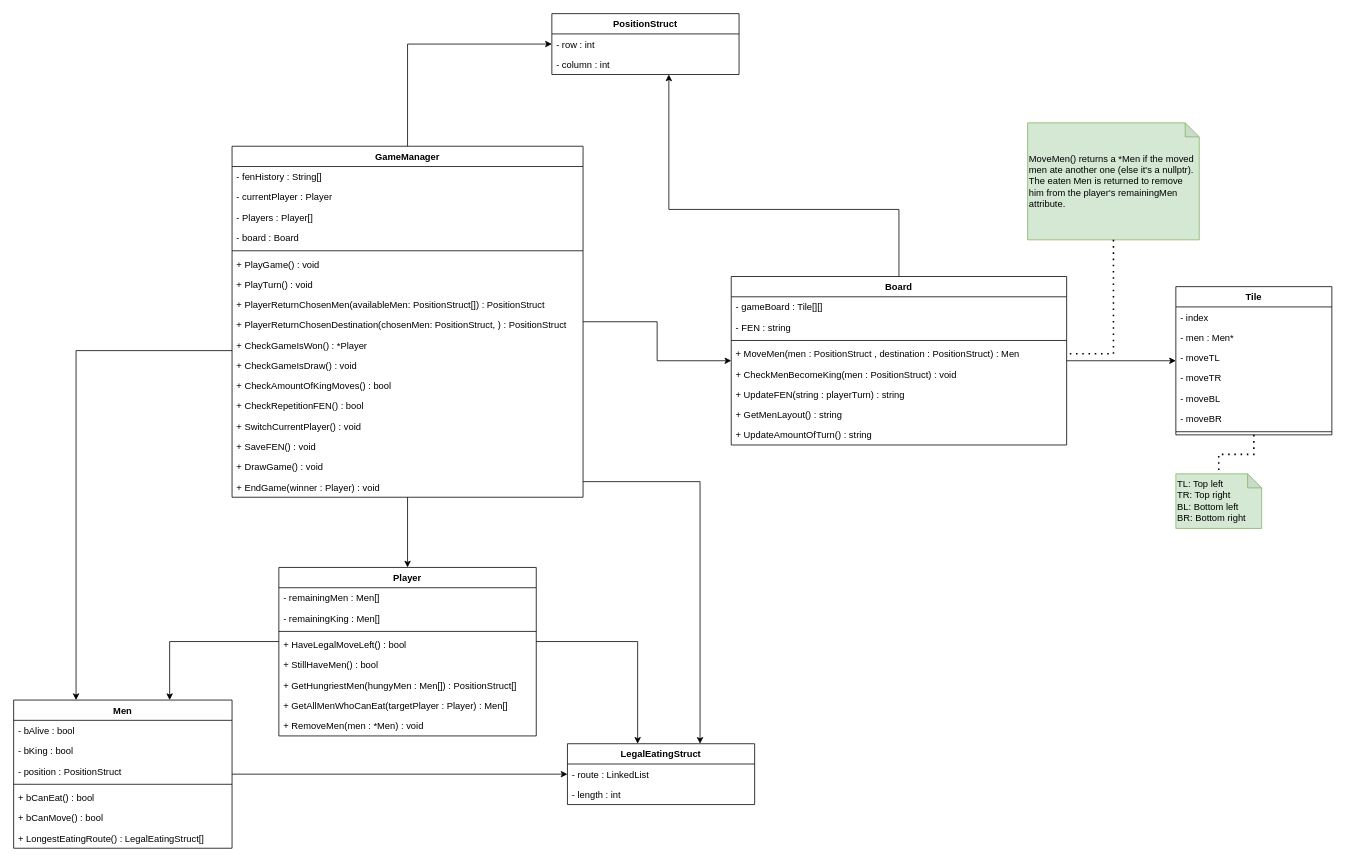
This is page "Class Diagrams" (1 of 6) of Draughts.drawio from TheKrillenum/Draught, a draw.io file, before an edit. Source tidied: cells renumbered, new cells numbered last; positions are measured from the earlier drawing's top-left corner, leaving out a move shared by most shapes. Both pictures are drawn from the tidied source at 78%, with x=0, y=0 at pixel (13, 13).
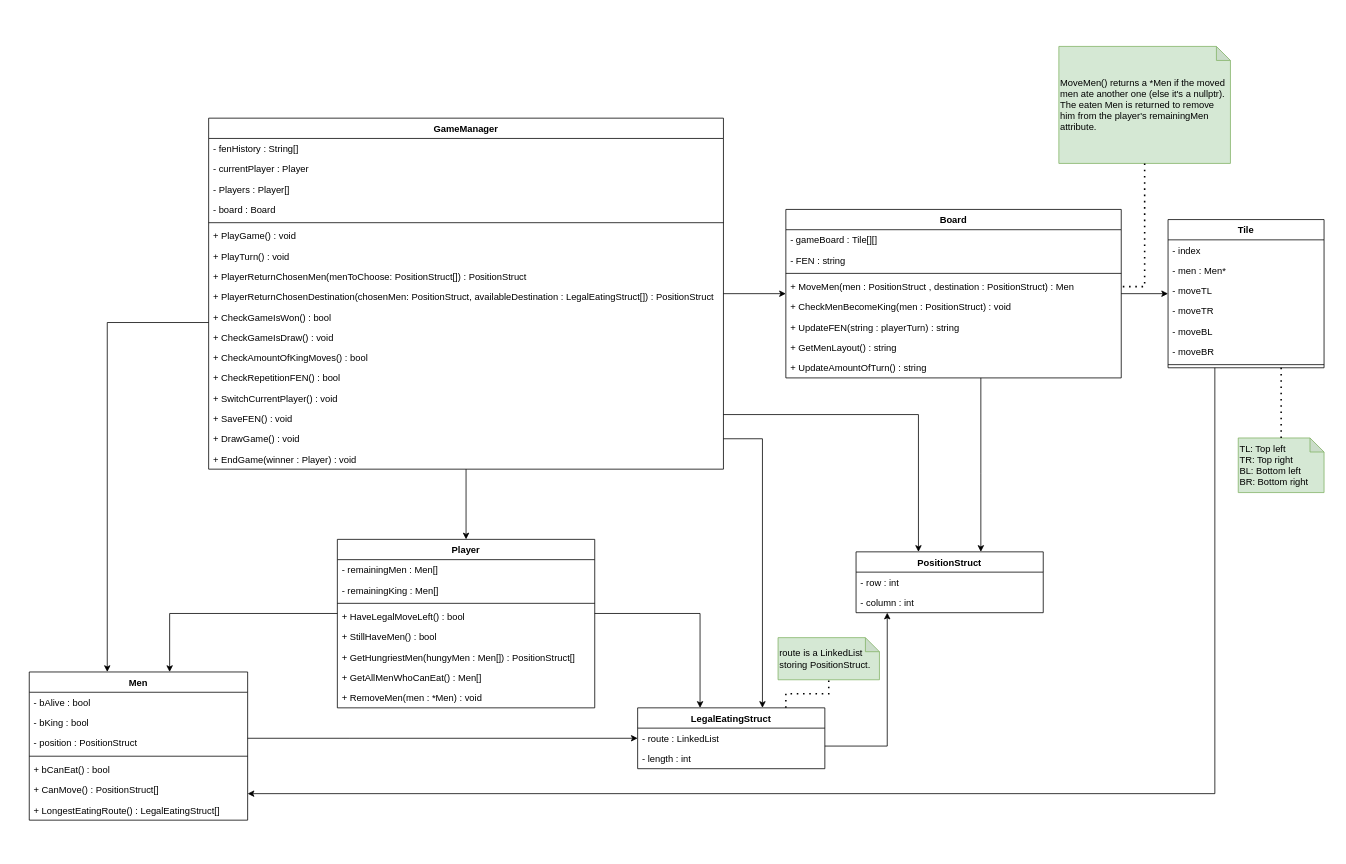
Above is the later version.

What changed in the source:
```diff
@@
     <mxCell id="2" value="Board" style="swimlane;fontStyle=1;align=center;verticalAlign=top;horizontal=1;startSize=26;" parent="1" vertex="1">
-      <mxGeometry x="920" y="337" width="430" height="216" as="geometry" />
+      <mxGeometry x="990" y="251" width="430" height="216" as="geometry" />
     </mxCell>
@@
     <mxCell id="11" value="GameManager" style="swimlane;fontStyle=1;align=center;verticalAlign=top;horizontal=1;startSize=26;" parent="1" vertex="1">
-      <mxGeometry x="280" y="170" width="450" height="450" as="geometry" />
+      <mxGeometry x="250" y="134" width="660" height="450" as="geometry" />
     </mxCell>
     <mxCell id="12" value="- fenHistory : String[]" style="text;strokeColor=none;fillColor=none;align=left;verticalAlign=top;spacingLeft=4;spacingRight=4;overflow=hidden;" parent="11" vertex="1">
-      <mxGeometry y="26" width="450" height="26" as="geometry" />
+      <mxGeometry y="26" width="660" height="26" as="geometry" />
     </mxCell>
     <mxCell id="13" value="- currentPlayer : Player" style="text;strokeColor=none;fillColor=none;align=left;verticalAlign=top;spacingLeft=4;spacingRight=4;overflow=hidden;" parent="11" vertex="1">
-      <mxGeometry y="52" width="450" height="26" as="geometry" />
+      <mxGeometry y="52" width="660" height="26" as="geometry" />
     </mxCell>
     <mxCell id="14" value="- Players : Player[]" style="text;strokeColor=none;fillColor=none;align=left;verticalAlign=top;spacingLeft=4;spacingRight=4;overflow=hidden;" parent="11" vertex="1">
-      <mxGeometry y="78" width="450" height="26" as="geometry" />
+      <mxGeometry y="78" width="660" height="26" as="geometry" />
     </mxCell>
     <mxCell id="15" value="- board : Board" style="text;strokeColor=none;fillColor=none;align=left;verticalAlign=top;spacingLeft=4;spacingRight=4;overflow=hidden;" parent="11" vertex="1">
-      <mxGeometry y="104" width="450" height="26" as="geometry" />
+      <mxGeometry y="104" width="660" height="26" as="geometry" />
     </mxCell>
     <mxCell id="16" style="line;strokeWidth=1;fillColor=none;align=left;verticalAlign=middle;spacingTop=-1;spacingLeft=3;spacingRight=3;labelPosition=right;strokeColor=inherit;" parent="11" vertex="1">
-      <mxGeometry y="130" width="450" height="8" as="geometry" />
+      <mxGeometry y="130" width="660" height="8" as="geometry" />
     </mxCell>
     <mxCell id="17" value="+ PlayGame() : void" style="text;strokeColor=none;fillColor=none;align=left;verticalAlign=top;spacingLeft=4;spacingRight=4;overflow=hidden;" parent="11" vertex="1">
-      <mxGeometry y="138" width="450" height="26" as="geometry" />
+      <mxGeometry y="138" width="660" height="26" as="geometry" />
     </mxCell>
     <mxCell id="18" value="+ PlayTurn() : void" style="text;strokeColor=none;fillColor=none;align=left;verticalAlign=top;spacingLeft=4;spacingRight=4;overflow=hidden;" parent="11" vertex="1">
-      <mxGeometry y="164" width="450" height="26" as="geometry" />
+      <mxGeometry y="164" width="660" height="26" as="geometry" />
     </mxCell>
-    <mxCell id="19" value="+ PlayerReturnChosenMen(availableMen: PositionStruct[]) : PositionStruct" style="text;strokeColor=none;fillColor=none;align=left;verticalAlign=top;spacingLeft=4;spacingRight=4;overflow=hidden;" parent="11" vertex="1">
-      <mxGeometry y="190" width="450" height="26" as="geometry" />
+    <mxCell id="19" value="+ PlayerReturnChosenMen(menToChoose: PositionStruct[]) : PositionStruct" style="text;strokeColor=none;fillColor=none;align=left;verticalAlign=top;spacingLeft=4;spacingRight=4;overflow=hidden;" parent="11" vertex="1">
+      <mxGeometry y="190" width="660" height="26" as="geometry" />
     </mxCell>
-    <mxCell id="20" value="+ PlayerReturnChosenDestination(chosenMen: PositionStruct, ) : PositionStruct" style="text;strokeColor=none;fillColor=none;align=left;verticalAlign=top;spacingLeft=4;spacingRight=4;overflow=hidden;" parent="11" vertex="1">
-      <mxGeometry y="216" width="450" height="26" as="geometry" />
+    <mxCell id="20" value="+ PlayerReturnChosenDestination(chosenMen: PositionStruct, availableDestination : LegalEatingStruct[]) : PositionStruct" style="text;strokeColor=none;fillColor=none;align=left;verticalAlign=top;spacingLeft=4;spacingRight=4;overflow=hidden;fontSize=12;" parent="11" vertex="1">
+      <mxGeometry y="216" width="660" height="26" as="geometry" />
     </mxCell>
-    <mxCell id="21" value="+ CheckGameIsWon() : *Player" style="text;strokeColor=none;fillColor=none;align=left;verticalAlign=top;spacingLeft=4;spacingRight=4;overflow=hidden;" parent="11" vertex="1">
-      <mxGeometry y="242" width="450" height="26" as="geometry" />
+    <mxCell id="21" value="+ CheckGameIsWon() : bool" style="text;strokeColor=none;fillColor=none;align=left;verticalAlign=top;spacingLeft=4;spacingRight=4;overflow=hidden;" parent="11" vertex="1">
+      <mxGeometry y="242" width="660" height="26" as="geometry" />
     </mxCell>
     <mxCell id="22" value="+ CheckGameIsDraw() : void" style="text;strokeColor=none;fillColor=none;align=left;verticalAlign=top;spacingLeft=4;spacingRight=4;overflow=hidden;" parent="11" vertex="1">
-      <mxGeometry y="268" width="450" height="26" as="geometry" />
+      <mxGeometry y="268" width="660" height="26" as="geometry" />
     </mxCell>
     <mxCell id="23" value="+ CheckAmountOfKingMoves() : bool" style="text;strokeColor=none;fillColor=none;align=left;verticalAlign=top;spacingLeft=4;spacingRight=4;overflow=hidden;" parent="11" vertex="1">
-      <mxGeometry y="294" width="450" height="26" as="geometry" />
+      <mxGeometry y="294" width="660" height="26" as="geometry" />
     </mxCell>
     <mxCell id="24" value="+ CheckRepetitionFEN() : bool" style="text;strokeColor=none;fillColor=none;align=left;verticalAlign=top;spacingLeft=4;spacingRight=4;overflow=hidden;" parent="11" vertex="1">
-      <mxGeometry y="320" width="450" height="26" as="geometry" />
+      <mxGeometry y="320" width="660" height="26" as="geometry" />
     </mxCell>
     <mxCell id="25" value="+ SwitchCurrentPlayer() : void" style="text;strokeColor=none;fillColor=none;align=left;verticalAlign=top;spacingLeft=4;spacingRight=4;overflow=hidden;" parent="11" vertex="1">
-      <mxGeometry y="346" width="450" height="26" as="geometry" />
+      <mxGeometry y="346" width="660" height="26" as="geometry" />
     </mxCell>
     <mxCell id="26" value="+ SaveFEN() : void" style="text;strokeColor=none;fillColor=none;align=left;verticalAlign=top;spacingLeft=4;spacingRight=4;overflow=hidden;" parent="11" vertex="1">
-      <mxGeometry y="372" width="450" height="26" as="geometry" />
+      <mxGeometry y="372" width="660" height="26" as="geometry" />
     </mxCell>
     <mxCell id="27" value="+ DrawGame() : void" style="text;strokeColor=none;fillColor=none;align=left;verticalAlign=top;spacingLeft=4;spacingRight=4;overflow=hidden;points=[[0,0.5],[1,0.5]];portConstraint=eastwest;" parent="11" vertex="1">
-      <mxGeometry y="398" width="450" height="26" as="geometry" />
+      <mxGeometry y="398" width="660" height="26" as="geometry" />
     </mxCell>
     <mxCell id="28" value="+ EndGame(winner : Player) : void" style="text;strokeColor=none;fillColor=none;align=left;verticalAlign=top;spacingLeft=4;spacingRight=4;overflow=hidden;" parent="11" vertex="1">
-      <mxGeometry y="424" width="450" height="26" as="geometry" />
+      <mxGeometry y="424" width="660" height="26" as="geometry" />
     </mxCell>
     <mxCell id="29" value="Men" style="swimlane;fontStyle=1;align=center;verticalAlign=top;horizontal=1;startSize=26;" parent="1" vertex="1">
-      <mxGeometry y="880" width="280" height="190" as="geometry" />
+      <mxGeometry x="20" y="844" width="280" height="190" as="geometry" />
     </mxCell>
@@
-    <mxCell id="35" value="+ bCanMove() : bool" style="text;strokeColor=none;fillColor=none;align=left;verticalAlign=top;spacingLeft=4;spacingRight=4;overflow=hidden;" parent="29" vertex="1">
+    <mxCell id="35" value="+ CanMove() : PositionStruct[]" style="text;strokeColor=none;fillColor=none;align=left;verticalAlign=top;spacingLeft=4;spacingRight=4;overflow=hidden;" parent="29" vertex="1">
       <mxGeometry y="138" width="280" height="26" as="geometry" />
     </mxCell>
@@
     <mxCell id="37" value="LegalEatingStruct" style="swimlane;fontStyle=1;align=center;verticalAlign=top;horizontal=1;startSize=26;" parent="1" vertex="1">
-      <mxGeometry x="710" y="936" width="240" height="78" as="geometry" />
+      <mxGeometry x="800" y="890" width="240" height="78" as="geometry" />
     </mxCell>
@@
     <mxCell id="40" value="PositionStruct" style="swimlane;fontStyle=1;align=center;verticalAlign=top;horizontal=1;startSize=26;" parent="1" vertex="1">
-      <mxGeometry x="690" width="240" height="78" as="geometry" />
+      <mxGeometry x="1080" y="690" width="240" height="78" as="geometry" />
     </mxCell>
@@
     <mxCell id="43" value="Player" style="swimlane;fontStyle=1;align=center;verticalAlign=top;horizontal=1;startSize=26;" parent="1" vertex="1">
-      <mxGeometry x="340" y="710" width="330" height="216" as="geometry" />
+      <mxGeometry x="415" y="674" width="330" height="216" as="geometry" />
     </mxCell>
@@
-    <mxCell id="50" value="+ GetAllMenWhoCanEat(targetPlayer : Player) : Men[]" style="text;strokeColor=none;fillColor=none;align=left;verticalAlign=top;spacingLeft=4;spacingRight=4;overflow=hidden;" parent="43" vertex="1">
+    <mxCell id="50" value="+ GetAllMenWhoCanEat() : Men[]" style="text;strokeColor=none;fillColor=none;align=left;verticalAlign=top;spacingLeft=4;spacingRight=4;overflow=hidden;" parent="43" vertex="1">
       <mxGeometry y="164" width="330" height="26" as="geometry" />
     </mxCell>
@@
     <mxCell id="52" value="Tile" style="swimlane;fontStyle=1;align=center;verticalAlign=top;horizontal=1;startSize=26;" parent="1" vertex="1">
-      <mxGeometry x="1490" y="350" width="200" height="190" as="geometry" />
+      <mxGeometry x="1480" y="264" width="200" height="190" as="geometry" />
     </mxCell>
@@
     <mxCell id="60" value="MoveMen() returns a *Men if the moved men ate another one (else it's a nullptr). The eaten Men is returned to remove him from the player's remainingMen attribute." style="shape=note;whiteSpace=wrap;html=1;backgroundOutline=1;darkOpacity=0.05;align=left;size=18;fillColor=#d5e8d4;strokeColor=#82b366;" parent="1" vertex="1">
-      <mxGeometry x="1300" y="140" width="220" height="150" as="geometry" />
+      <mxGeometry x="1340" y="42" width="220" height="150" as="geometry" />
     </mxCell>
@@
     <mxCell id="63" style="edgeStyle=orthogonalEdgeStyle;jettySize=auto;html=1;rounded=0;" parent="1" edge="1" source="11" target="29">
       <mxGeometry relative="1" as="geometry">
         <Array as="points">
-          <mxPoint x="80" y="432" />
+          <mxPoint x="120" y="396" />
         </Array>
       </mxGeometry>
     </mxCell>
     <mxCell id="64" style="edgeStyle=orthogonalEdgeStyle;jettySize=auto;html=1;rounded=0;" parent="1" edge="1" source="43" target="29">
       <mxGeometry relative="1" as="geometry">
         <Array as="points">
-          <mxPoint x="200" y="805" />
+          <mxPoint x="200" y="769" />
         </Array>
       </mxGeometry>
     </mxCell>
     <mxCell id="65" style="edgeStyle=orthogonalEdgeStyle;jettySize=auto;html=1;rounded=0;" parent="1" edge="1" source="43" target="37">
       <mxGeometry relative="1" as="geometry">
         <Array as="points">
-          <mxPoint x="800" y="805" />
+          <mxPoint x="880" y="769" />
         </Array>
       </mxGeometry>
     </mxCell>
-    <mxCell id="66" style="edgeStyle=orthogonalEdgeStyle;jettySize=auto;html=1;rounded=0;" parent="1" edge="1" source="11" target="37">
+    <mxCell id="66" style="edgeStyle=orthogonalEdgeStyle;jettySize=auto;html=1;rounded=0;exitX=1;exitY=0.5;exitDx=0;exitDy=0;" parent="1" edge="1" source="27" target="37">
       <mxGeometry relative="1" as="geometry">
         <Array as="points">
-          <mxPoint x="880" y="600" />
+          <mxPoint x="960" y="545" />
         </Array>
       </mxGeometry>
     </mxCell>
@@
     <mxCell id="68" style="edgeStyle=orthogonalEdgeStyle;jettySize=auto;html=1;rounded=0;" parent="1" edge="1" source="29" target="37">
-      <mxGeometry relative="1" as="geometry" />
+      <mxGeometry relative="1" as="geometry">
+        <Array as="points">
+          <mxPoint x="430" y="929" />
+          <mxPoint x="430" y="929" />
+        </Array>
+      </mxGeometry>
     </mxCell>
@@
     <mxCell id="70" style="edgeStyle=orthogonalEdgeStyle;jettySize=auto;html=1;rounded=0;" parent="1" edge="1" source="2" target="40">
       <mxGeometry relative="1" as="geometry">
         <Array as="points">
-          <mxPoint x="1135" y="251" />
-          <mxPoint x="840" y="251" />
+          <mxPoint x="1240" y="590" />
+          <mxPoint x="1240" y="590" />
         </Array>
       </mxGeometry>
     </mxCell>
     <mxCell id="71" style="edgeStyle=orthogonalEdgeStyle;jettySize=auto;html=1;rounded=0;" parent="1" edge="1" source="11" target="40">
       <mxGeometry relative="1" as="geometry">
         <Array as="points">
-          <mxPoint x="505" y="39" />
+          <mxPoint x="1160" y="514" />
         </Array>
       </mxGeometry>
     </mxCell>
     <mxCell id="72" value="TL: Top left&lt;br&gt;TR: Top right&lt;br&gt;BL: Bottom left&lt;br&gt;BR: Bottom right" style="shape=note;whiteSpace=wrap;html=1;backgroundOutline=1;darkOpacity=0.05;align=left;size=18;fillColor=#d5e8d4;strokeColor=#82b366;" parent="1" vertex="1">
-      <mxGeometry x="1490" y="590" width="110" height="70" as="geometry" />
+      <mxGeometry x="1570" y="544" width="110" height="70" as="geometry" />
     </mxCell>
     <mxCell id="73" style="endArrow=none;dashed=1;html=1;dashPattern=1 3;strokeWidth=2;rounded=0;fontSize=16;edgeStyle=orthogonalEdgeStyle;" parent="1" edge="1" source="52" target="72">
-      <mxGeometry relative="1" as="geometry" />
+      <mxGeometry relative="1" as="geometry">
+        <Array as="points">
+          <mxPoint x="1625" y="480" />
+          <mxPoint x="1625" y="480" />
+        </Array>
+      </mxGeometry>
     </mxCell>
+    <mxCell id="74" value="route is a LinkedList storing PositionStruct." style="shape=note;whiteSpace=wrap;html=1;backgroundOutline=1;darkOpacity=0.05;align=left;size=18;fillColor=#d5e8d4;strokeColor=#82b366;" parent="1" vertex="1">
+      <mxGeometry x="980" y="800" width="130" height="54" as="geometry" />
+    </mxCell>
+    <mxCell id="75" style="endArrow=none;dashed=1;html=1;dashPattern=1 3;strokeWidth=2;rounded=0;edgeStyle=orthogonalEdgeStyle;" parent="1" edge="1" source="37" target="74">
+      <mxGeometry relative="1" as="geometry">
+        <Array as="points">
+          <mxPoint x="990" y="872" />
+          <mxPoint x="1045" y="872" />
+        </Array>
+      </mxGeometry>
+    </mxCell>
+    <mxCell id="76" style="edgeStyle=orthogonalEdgeStyle;jettySize=auto;html=1;rounded=0;" parent="1" edge="1" source="37" target="40">
+      <mxGeometry relative="1" as="geometry">
+        <Array as="points">
+          <mxPoint x="1120" y="939" />
+        </Array>
+      </mxGeometry>
+    </mxCell>
+    <mxCell id="77" style="edgeStyle=orthogonalEdgeStyle;jettySize=auto;html=1;rounded=0;fontSize=12;" parent="1" edge="1" source="52" target="29">
+      <mxGeometry relative="1" as="geometry">
+        <Array as="points">
+          <mxPoint x="1540" y="1000" />
+        </Array>
+      </mxGeometry>
+    </mxCell>
```
